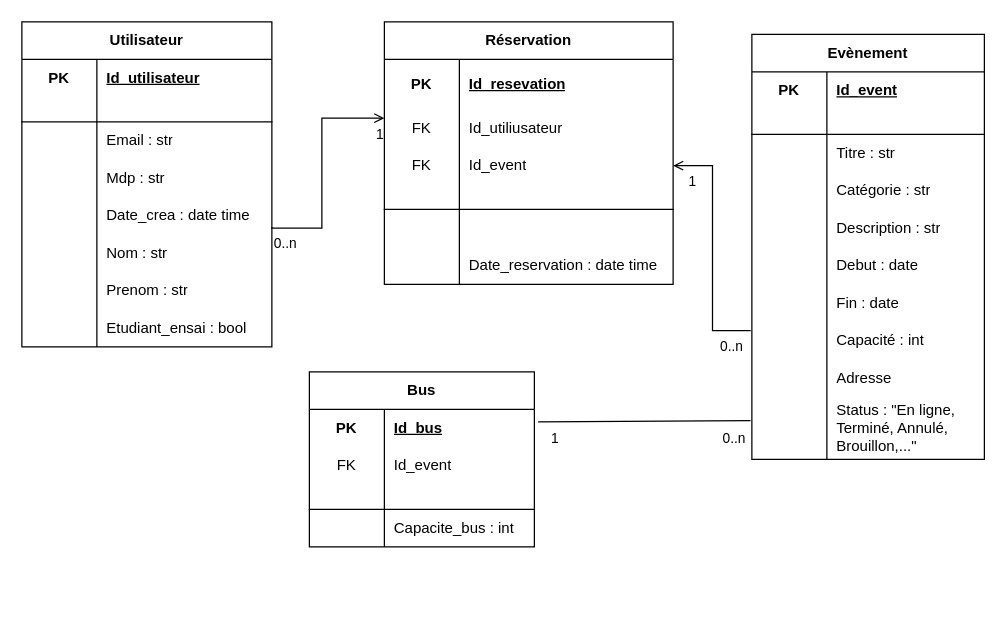
khalidjerrari/ENSAI-Projet-info-2A keeps this draw.io diagram as doc/Diagramme Bdd.drawio. Above is the earlier version. Source tidied: cells renumbered, new cells numbered last; positions are measured from the earlier drawing's top-left corner, leaving out a move shared by most shapes. Both pictures are drawn from the tidied source at 125%, with x=0, y=0 at pixel (21, 21).
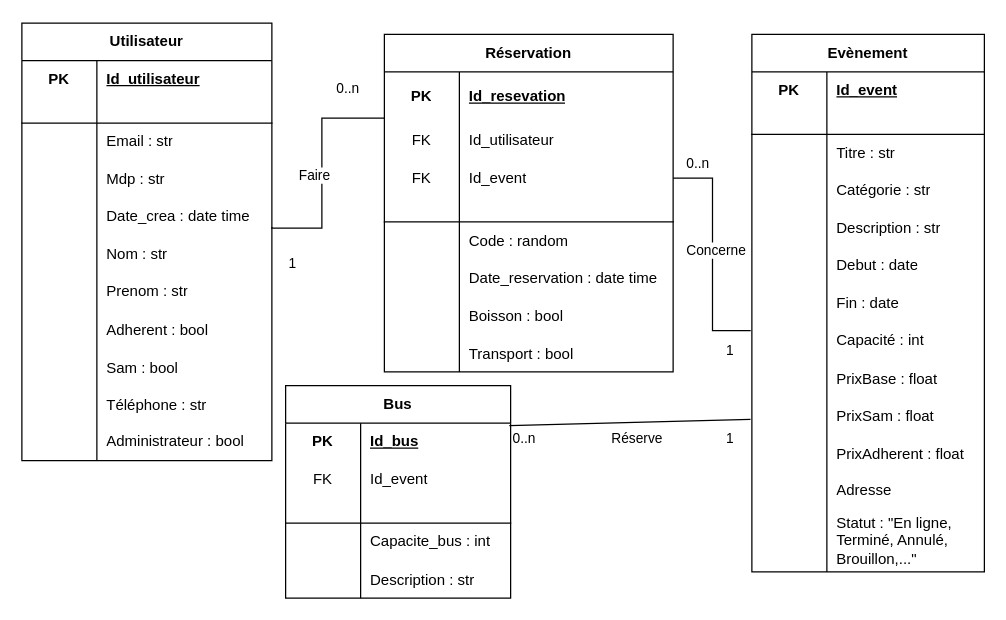
After the change.

Commit message (it also covers changes not shown here):
Mettre à jour Diagramme Bdd.drawio

Unchanged cells that the change refers to:
```xml
<mxCell id="49" style="shape=tableRow;horizontal=0;startSize=0;swimlaneHead=0;swimlaneBody=0;fillColor=none;points=[[0,0.5],[1,0.5]];portConstraint=eastwest;top=0;left=0;right=0;bottom=0;html=1;" parent="27" vertex="1">
  <mxGeometry y="230" width="186" height="30" as="geometry" />
</mxCell>
<mxCell id="81" style="shape=tableRow;horizontal=0;startSize=0;swimlaneHead=0;swimlaneBody=0;fillColor=none;top=0;left=0;right=0;bottom=0;" parent="77" vertex="1">
  <mxGeometry y="70" width="231" height="30" as="geometry" />
</mxCell>
<mxCell id="84" style="shape=tableRow;horizontal=0;startSize=0;swimlaneHead=0;swimlaneBody=0;fillColor=none;points=[[0,0.5],[1,0.5]];portConstraint=eastwest;top=0;left=0;right=0;bottom=0;" parent="77" vertex="1">
  <mxGeometry y="100" width="231" height="30" as="geometry" />
</mxCell>
<mxCell id="90" style="shape=tableRow;horizontal=0;startSize=0;swimlaneHead=0;swimlaneBody=0;fillColor=none;top=0;left=0;right=0;bottom=0;" parent="77" vertex="1">
  <mxGeometry y="150" width="231" height="30" as="geometry" />
</mxCell>
```

The edit, as a diff of the source:
```diff
@@
     <mxCell id="2" value="Utilisateur" style="shape=table;startSize=30;childLayout=tableLayout;rowLines=0;fontStyle=1;align=center;html=1;whiteSpace=wrap;" parent="1" vertex="1">
-      <mxGeometry width="200" height="260" as="geometry" />
+      <mxGeometry y="1" width="200" height="350" as="geometry" />
     </mxCell>
@@
+    <mxCell id="99" style="shape=tableRow;horizontal=0;startSize=0;swimlaneHead=0;swimlaneBody=0;fillColor=none;top=0;left=0;right=0;bottom=0;" parent="2" vertex="1">
+      <mxGeometry y="230" width="200" height="30" as="geometry" />
+    </mxCell>
+    <mxCell id="100" style="shape=partialRectangle;fillColor=none;top=0;left=0;bottom=0;right=0;overflow=hidden;" parent="99" vertex="1">
+      <mxGeometry width="60" height="30" as="geometry" />
+    </mxCell>
+    <mxCell id="101" value="Adherent : bool" style="shape=partialRectangle;fillColor=none;top=0;left=0;bottom=0;right=0;align=left;spacingLeft=6;overflow=hidden;" parent="99" vertex="1">
+      <mxGeometry x="60" width="140" height="30" as="geometry" />
+    </mxCell>
+    <mxCell id="102" style="shape=tableRow;horizontal=0;startSize=0;swimlaneHead=0;swimlaneBody=0;fillColor=none;top=0;left=0;right=0;bottom=0;" parent="2" vertex="1">
+      <mxGeometry y="260" width="200" height="30" as="geometry" />
+    </mxCell>
+    <mxCell id="103" style="shape=partialRectangle;fillColor=none;top=0;left=0;bottom=0;right=0;overflow=hidden;" parent="102" vertex="1">
+      <mxGeometry width="60" height="30" as="geometry" />
+    </mxCell>
+    <mxCell id="104" value="Sam : bool" style="shape=partialRectangle;fillColor=none;top=0;left=0;bottom=0;right=0;align=left;spacingLeft=6;overflow=hidden;" parent="102" vertex="1">
+      <mxGeometry x="60" width="140" height="30" as="geometry" />
+    </mxCell>
+    <mxCell id="105" style="shape=tableRow;horizontal=0;startSize=0;swimlaneHead=0;swimlaneBody=0;fillColor=none;top=0;left=0;right=0;bottom=0;" parent="2" vertex="1">
+      <mxGeometry y="290" width="200" height="30" as="geometry" />
+    </mxCell>
+    <mxCell id="106" style="shape=partialRectangle;fillColor=none;top=0;left=0;bottom=0;right=0;overflow=hidden;" parent="105" vertex="1">
+      <mxGeometry width="60" height="30" as="geometry" />
+    </mxCell>
+    <mxCell id="107" value="Téléphone : str" style="shape=partialRectangle;fillColor=none;top=0;left=0;bottom=0;right=0;align=left;spacingLeft=6;overflow=hidden;" parent="105" vertex="1">
+      <mxGeometry x="60" width="140" height="30" as="geometry" />
+    </mxCell>
     <mxCell id="24" style="shape=tableRow;horizontal=0;startSize=0;swimlaneHead=0;swimlaneBody=0;fillColor=none;top=0;left=0;right=0;bottom=0;html=1;" parent="2" vertex="1">
-      <mxGeometry y="230" width="200" height="30" as="geometry" />
+      <mxGeometry y="320" width="200" height="30" as="geometry" />
     </mxCell>
@@
-    <mxCell id="26" value="Etudiant_ensai : bool" style="shape=partialRectangle;fillColor=none;top=0;left=0;bottom=0;right=0;align=left;spacingLeft=6;overflow=hidden;html=1;whiteSpace=wrap;" parent="24" vertex="1">
+    <mxCell id="26" value="Administrateur : bool" style="shape=partialRectangle;fillColor=none;top=0;left=0;bottom=0;right=0;align=left;spacingLeft=6;overflow=hidden;html=1;whiteSpace=wrap;" parent="24" vertex="1">
       <mxGeometry x="60" width="140" height="30" as="geometry" />
     </mxCell>
     <mxCell id="27" value="Evènement" style="shape=table;startSize=30;childLayout=tableLayout;rowLines=0;fontStyle=1;align=center;html=1;whiteSpace=wrap;" parent="1" vertex="1">
-      <mxGeometry x="584" y="10" width="186" height="340" as="geometry" />
+      <mxGeometry x="584" y="10" width="186" height="430" as="geometry" />
     </mxCell>
@@
+    <mxCell id="108" style="shape=tableRow;horizontal=0;startSize=0;swimlaneHead=0;swimlaneBody=0;fillColor=none;top=0;left=0;right=0;bottom=0;" parent="27" vertex="1">
+      <mxGeometry y="260" width="186" height="30" as="geometry" />
+    </mxCell>
+    <mxCell id="109" style="shape=partialRectangle;fillColor=none;top=0;left=0;bottom=0;right=0;overflow=hidden;" parent="108" vertex="1">
+      <mxGeometry width="60" height="30" as="geometry" />
+    </mxCell>
+    <mxCell id="110" value="PrixBase : float" style="shape=partialRectangle;fillColor=none;top=0;left=0;bottom=0;right=0;align=left;spacingLeft=6;overflow=hidden;" parent="108" vertex="1">
+      <mxGeometry x="60" width="126" height="30" as="geometry" />
+    </mxCell>
+    <mxCell id="111" style="shape=tableRow;horizontal=0;startSize=0;swimlaneHead=0;swimlaneBody=0;fillColor=none;top=0;left=0;right=0;bottom=0;" parent="27" vertex="1">
+      <mxGeometry y="290" width="186" height="30" as="geometry" />
+    </mxCell>
+    <mxCell id="112" style="shape=partialRectangle;fillColor=none;top=0;left=0;bottom=0;right=0;overflow=hidden;" parent="111" vertex="1">
+      <mxGeometry width="60" height="30" as="geometry" />
+    </mxCell>
+    <mxCell id="113" value="PrixSam : float" style="shape=partialRectangle;fillColor=none;top=0;left=0;bottom=0;right=0;align=left;spacingLeft=6;overflow=hidden;" parent="111" vertex="1">
+      <mxGeometry x="60" width="126" height="30" as="geometry" />
+    </mxCell>
+    <mxCell id="114" style="shape=tableRow;horizontal=0;startSize=0;swimlaneHead=0;swimlaneBody=0;fillColor=none;top=0;left=0;right=0;bottom=0;" parent="27" vertex="1">
+      <mxGeometry y="320" width="186" height="30" as="geometry" />
+    </mxCell>
+    <mxCell id="115" style="shape=partialRectangle;fillColor=none;top=0;left=0;bottom=0;right=0;overflow=hidden;" parent="114" vertex="1">
+      <mxGeometry width="60" height="30" as="geometry" />
+    </mxCell>
+    <mxCell id="116" value="PrixAdherent : float" style="shape=partialRectangle;fillColor=none;top=0;left=0;bottom=0;right=0;align=left;spacingLeft=6;overflow=hidden;" parent="114" vertex="1">
+      <mxGeometry x="60" width="126" height="30" as="geometry" />
+    </mxCell>
     <mxCell id="52" style="shape=tableRow;horizontal=0;startSize=0;swimlaneHead=0;swimlaneBody=0;fillColor=none;top=0;left=0;right=0;bottom=0;html=1;" parent="27" vertex="1">
-      <mxGeometry y="260" width="186" height="30" as="geometry" />
+      <mxGeometry y="350" width="186" height="30" as="geometry" />
     </mxCell>
@@
     <mxCell id="55" style="shape=tableRow;horizontal=0;startSize=0;swimlaneHead=0;swimlaneBody=0;fillColor=none;top=0;left=0;right=0;bottom=0;html=1;" parent="27" vertex="1">
-      <mxGeometry y="290" width="186" height="50" as="geometry" />
+      <mxGeometry y="380" width="186" height="50" as="geometry" />
     </mxCell>
@@
-    <mxCell id="57" value="Status : &quot;En ligne, Terminé, Annulé, Brouillon,...&quot;&amp;nbsp;&amp;nbsp;" style="shape=partialRectangle;fillColor=none;top=0;left=0;bottom=0;right=0;align=left;spacingLeft=6;overflow=hidden;html=1;whiteSpace=wrap;" parent="55" vertex="1">
+    <mxCell id="57" value="Statut : &quot;En ligne, Terminé, Annulé, Brouillon,...&quot;&amp;nbsp;&amp;nbsp;" style="shape=partialRectangle;fillColor=none;top=0;left=0;bottom=0;right=0;align=left;spacingLeft=6;overflow=hidden;html=1;whiteSpace=wrap;" parent="55" vertex="1">
       <mxGeometry x="60" width="126" height="50" as="geometry" />
     </mxCell>
-    <mxCell id="58" value="Bus" style="shape=table;startSize=30;childLayout=tableLayout;rowLines=0;fontStyle=1;align=center;html=1;whiteSpace=wrap;" parent="1" vertex="1">
-      <mxGeometry x="230" y="280" width="180" height="140" as="geometry" />
-    </mxCell>
-    <mxCell id="59" style="shape=tableRow;horizontal=0;startSize=0;swimlaneHead=0;swimlaneBody=0;fillColor=none;top=0;left=0;right=0;bottom=0;html=1;" parent="58" vertex="1">
-      <mxGeometry y="30" width="180" height="30" as="geometry" />
-    </mxCell>
-    <mxCell id="60" value="PK" style="shape=partialRectangle;fillColor=none;top=0;left=0;bottom=0;right=0;fontStyle=1;overflow=hidden;html=1;whiteSpace=wrap;" parent="59" vertex="1">
-      <mxGeometry width="60" height="30" as="geometry" />
-    </mxCell>
-    <mxCell id="61" value="Id_bus" style="shape=partialRectangle;fillColor=none;top=0;left=0;bottom=0;right=0;align=left;spacingLeft=6;fontStyle=5;overflow=hidden;html=1;whiteSpace=wrap;" parent="59" vertex="1">
-      <mxGeometry x="60" width="120" height="30" as="geometry" />
-    </mxCell>
-    <mxCell id="62" style="shape=tableRow;horizontal=0;startSize=0;swimlaneHead=0;swimlaneBody=0;fillColor=none;top=0;left=0;right=0;bottom=0;" parent="58" vertex="1">
-      <mxGeometry y="60" width="180" height="30" as="geometry" />
-    </mxCell>
-    <mxCell id="63" value="FK" style="shape=partialRectangle;fillColor=none;top=0;left=0;bottom=0;right=0;fontStyle=0;overflow=hidden;whiteSpace=wrap;html=1;" parent="62" vertex="1">
-      <mxGeometry width="60" height="30" as="geometry" />
-    </mxCell>
-    <mxCell id="64" value="Id_event" style="shape=partialRectangle;fillColor=none;top=0;left=0;bottom=0;right=0;align=left;spacingLeft=6;fontStyle=0;overflow=hidden;whiteSpace=wrap;html=1;" parent="62" vertex="1">
-      <mxGeometry x="60" width="120" height="30" as="geometry" />
-    </mxCell>
-    <mxCell id="65" style="shape=tableRow;horizontal=0;startSize=0;swimlaneHead=0;swimlaneBody=0;fillColor=none;top=0;left=0;right=0;bottom=1;html=1;" parent="58" vertex="1">
-      <mxGeometry y="90" width="180" height="20" as="geometry" />
-    </mxCell>
-    <mxCell id="66" style="shape=partialRectangle;fillColor=none;top=0;left=0;bottom=0;right=0;fontStyle=1;overflow=hidden;html=1;whiteSpace=wrap;" parent="65" vertex="1">
-      <mxGeometry width="60" height="20" as="geometry" />
-    </mxCell>
-    <mxCell id="67" style="shape=partialRectangle;fillColor=none;top=0;left=0;bottom=0;right=0;align=left;spacingLeft=6;fontStyle=5;overflow=hidden;html=1;whiteSpace=wrap;" parent="65" vertex="1">
-      <mxGeometry x="60" width="120" height="20" as="geometry" />
-    </mxCell>
-    <mxCell id="68" style="shape=tableRow;horizontal=0;startSize=0;swimlaneHead=0;swimlaneBody=0;fillColor=none;top=0;left=0;right=0;bottom=0;html=1;" parent="58" vertex="1">
-      <mxGeometry y="110" width="180" height="30" as="geometry" />
-    </mxCell>
-    <mxCell id="69" style="shape=partialRectangle;fillColor=none;top=0;left=0;bottom=0;right=0;overflow=hidden;html=1;whiteSpace=wrap;" parent="68" vertex="1">
-      <mxGeometry width="60" height="30" as="geometry" />
-    </mxCell>
-    <mxCell id="70" value="Capacite_bus : int" style="shape=partialRectangle;fillColor=none;top=0;left=0;bottom=0;right=0;align=left;spacingLeft=6;overflow=hidden;html=1;whiteSpace=wrap;" parent="68" vertex="1">
-      <mxGeometry x="60" width="120" height="30" as="geometry" />
-    </mxCell>
-    <mxCell id="71" style="endArrow=open;html=1;startArrow=none;startFill=0;edgeStyle=orthogonalEdgeStyle;rounded=0;shape=wire;dashed=1;" parent="1" edge="1">
+    <mxCell id="71" style="endArrow=none;html=1;startArrow=none;startFill=0;edgeStyle=orthogonalEdgeStyle;rounded=0;shape=wire;dashed=1;endFill=0;" parent="1" edge="1">
       <mxGeometry relative="1" as="geometry">
         <mxPoint x="200" y="164" as="sourcePoint" />
         <mxPoint x="290" y="77" as="targetPoint" />
         <Array as="points">
           <mxPoint x="200" y="165" />
           <mxPoint x="240" y="165" />
           <mxPoint x="240" y="77" />
         </Array>
       </mxGeometry>
     </mxCell>
     <mxCell id="72" value="0..n" style="edgeLabel;html=1;align=left;verticalAlign=top;" parent="71" vertex="1">
-      <mxGeometry x="-1" relative="1" as="geometry" />
+      <mxGeometry x="-1" relative="1" as="geometry">
+        <mxPoint x="50" y="-124" as="offset" />
+      </mxGeometry>
     </mxCell>
     <mxCell id="73" value="1" style="edgeLabel;html=1;align=right;verticalAlign=top;" parent="71" vertex="1">
-      <mxGeometry x="1" relative="1" as="geometry" />
+      <mxGeometry x="1" relative="1" as="geometry">
+        <mxPoint x="-70" y="103" as="offset" />
+      </mxGeometry>
     </mxCell>
-    <mxCell id="74" style="endArrow=open;html=1;startArrow=none;startFill=0;edgeStyle=orthogonalEdgeStyle;rounded=0;exitX=-0.005;exitY=0.233;exitDx=0;exitDy=0;exitPerimeter=0;entryX=1;entryY=0.5;entryDx=0;entryDy=0;" parent="1" edge="1" source="49" target="84">
+    <mxCell id="74" style="endArrow=none;html=1;startArrow=none;startFill=0;edgeStyle=orthogonalEdgeStyle;rounded=0;exitX=-0.005;exitY=0.233;exitDx=0;exitDy=0;exitPerimeter=0;entryX=1;entryY=0.5;entryDx=0;entryDy=0;endFill=0;" parent="1" edge="1" source="49" target="84">
       <mxGeometry relative="1" as="geometry" />
     </mxCell>
     <mxCell id="75" value="0..n" style="edgeLabel;html=1;align=left;verticalAlign=top;" parent="74" vertex="1">
       <mxGeometry x="-1" relative="1" as="geometry">
-        <mxPoint x="-26" as="offset" />
+        <mxPoint x="-53" y="-147" as="offset" />
       </mxGeometry>
     </mxCell>
     <mxCell id="76" value="1" style="edgeLabel;html=1;align=right;verticalAlign=top;" parent="74" vertex="1">
       <mxGeometry x="1" relative="1" as="geometry">
-        <mxPoint x="19" as="offset" />
+        <mxPoint x="49" y="125" as="offset" />
       </mxGeometry>
     </mxCell>
     <mxCell id="77" value="Réservation" style="shape=table;startSize=30;childLayout=tableLayout;rowLines=0;fontStyle=1;align=center;html=1;whiteSpace=wrap;" parent="1" vertex="1">
-      <mxGeometry x="290" width="231" height="210" as="geometry" />
+      <mxGeometry x="290" y="10" width="231" height="270" as="geometry" />
     </mxCell>
@@
-    <mxCell id="83" value="Id_utiliusateur" style="shape=partialRectangle;fillColor=none;top=0;left=0;bottom=0;right=0;align=left;spacingLeft=6;fontStyle=0;overflow=hidden;whiteSpace=wrap;html=1;" parent="81" vertex="1">
+    <mxCell id="83" value="Id_utilisateur" style="shape=partialRectangle;fillColor=none;top=0;left=0;bottom=0;right=0;align=left;spacingLeft=6;fontStyle=0;overflow=hidden;whiteSpace=wrap;html=1;" parent="81" vertex="1">
       <mxGeometry x="60" width="171" height="30" as="geometry" />
     </mxCell>
@@
-    <mxCell id="91" style="shape=partialRectangle;fillColor=none;top=0;left=0;bottom=0;right=0;fontStyle=0;overflow=hidden;whiteSpace=wrap;html=1;" parent="90" vertex="1">
-      <mxGeometry width="60" height="30" as="geometry" />
-    </mxCell>
-    <mxCell id="92" style="shape=partialRectangle;fillColor=none;top=0;left=0;bottom=0;right=0;align=left;spacingLeft=6;fontStyle=0;overflow=hidden;whiteSpace=wrap;html=1;" parent="90" vertex="1">
-      <mxGeometry x="60" width="171" height="30" as="geometry" />
-    </mxCell>
+    <mxCell id="117" style="shape=partialRectangle;fillColor=none;top=0;left=0;bottom=0;right=0;overflow=hidden;" parent="90" vertex="1">
+      <mxGeometry width="60" height="30" as="geometry" />
+    </mxCell>
+    <mxCell id="118" value="Code : random" style="shape=partialRectangle;fillColor=none;top=0;left=0;bottom=0;right=0;align=left;spacingLeft=6;overflow=hidden;" parent="90" vertex="1">
+      <mxGeometry x="60" width="171" height="30" as="geometry" />
+    </mxCell>
@@
+    <mxCell id="119" style="shape=tableRow;horizontal=0;startSize=0;swimlaneHead=0;swimlaneBody=0;fillColor=none;top=0;left=0;right=0;bottom=0;" parent="77" vertex="1">
+      <mxGeometry y="210" width="231" height="30" as="geometry" />
+    </mxCell>
+    <mxCell id="120" style="shape=partialRectangle;fillColor=none;top=0;left=0;bottom=0;right=0;overflow=hidden;" parent="119" vertex="1">
+      <mxGeometry width="60" height="30" as="geometry" />
+    </mxCell>
+    <mxCell id="121" value="Boisson : bool" style="shape=partialRectangle;fillColor=none;top=0;left=0;bottom=0;right=0;align=left;spacingLeft=6;overflow=hidden;" parent="119" vertex="1">
+      <mxGeometry x="60" width="171" height="30" as="geometry" />
+    </mxCell>
+    <mxCell id="122" style="shape=tableRow;horizontal=0;startSize=0;swimlaneHead=0;swimlaneBody=0;fillColor=none;top=0;left=0;right=0;bottom=0;" parent="77" vertex="1">
+      <mxGeometry y="240" width="231" height="30" as="geometry" />
+    </mxCell>
+    <mxCell id="123" style="shape=partialRectangle;fillColor=none;top=0;left=0;bottom=0;right=0;overflow=hidden;" parent="122" vertex="1">
+      <mxGeometry width="60" height="30" as="geometry" />
+    </mxCell>
+    <mxCell id="124" value="Transport : bool" style="shape=partialRectangle;fillColor=none;top=0;left=0;bottom=0;right=0;align=left;spacingLeft=6;overflow=hidden;" parent="122" vertex="1">
+      <mxGeometry x="60" width="171" height="30" as="geometry" />
+    </mxCell>
-    <mxCell id="96" style="endArrow=none;html=1;rounded=0;entryX=-0.022;entryY=0.38;entryDx=0;entryDy=0;entryPerimeter=0;" parent="1" edge="1">
+    <mxCell id="96" style="endArrow=none;html=1;rounded=0;entryX=-0.022;entryY=0.38;entryDx=0;entryDy=0;entryPerimeter=0;exitX=0.994;exitY=0.188;exitDx=0;exitDy=0;exitPerimeter=0;" parent="1" edge="1" source="58">
       <mxGeometry relative="1" as="geometry">
-        <mxPoint x="413" y="320" as="sourcePoint" />
-        <mxPoint x="582.9" y="319" as="targetPoint" />
+        <mxPoint x="582.9" y="318" as="targetPoint" />
       </mxGeometry>
     </mxCell>
     <mxCell id="97" value="1" style="edgeLabel;html=1;align=right;verticalAlign=top;" parent="1" vertex="1">
-      <mxGeometry x="430" y="320" as="geometry" />
+      <mxGeometry x="570" y="320" as="geometry" />
     </mxCell>
     <mxCell id="98" value="0..n" style="edgeLabel;html=1;align=left;verticalAlign=top;" parent="1" vertex="1">
-      <mxGeometry x="559" y="320" as="geometry" />
+      <mxGeometry x="391" y="320" as="geometry" />
     </mxCell>
+    <mxCell id="58" value="Bus" style="shape=table;startSize=30;childLayout=tableLayout;rowLines=0;fontStyle=1;align=center;html=1;whiteSpace=wrap;" parent="1" vertex="1">
+      <mxGeometry x="211" y="291" width="180" height="170" as="geometry" />
+    </mxCell>
+    <mxCell id="59" style="shape=tableRow;horizontal=0;startSize=0;swimlaneHead=0;swimlaneBody=0;fillColor=none;top=0;left=0;right=0;bottom=0;html=1;" parent="58" vertex="1">
+      <mxGeometry y="30" width="180" height="30" as="geometry" />
+    </mxCell>
+    <mxCell id="60" value="PK" style="shape=partialRectangle;fillColor=none;top=0;left=0;bottom=0;right=0;fontStyle=1;overflow=hidden;html=1;whiteSpace=wrap;" parent="59" vertex="1">
+      <mxGeometry width="60" height="30" as="geometry" />
+    </mxCell>
+    <mxCell id="61" value="Id_bus" style="shape=partialRectangle;fillColor=none;top=0;left=0;bottom=0;right=0;align=left;spacingLeft=6;fontStyle=5;overflow=hidden;html=1;whiteSpace=wrap;" parent="59" vertex="1">
+      <mxGeometry x="60" width="120" height="30" as="geometry" />
+    </mxCell>
+    <mxCell id="62" style="shape=tableRow;horizontal=0;startSize=0;swimlaneHead=0;swimlaneBody=0;fillColor=none;top=0;left=0;right=0;bottom=0;" parent="58" vertex="1">
+      <mxGeometry y="60" width="180" height="30" as="geometry" />
+    </mxCell>
+    <mxCell id="63" value="FK" style="shape=partialRectangle;fillColor=none;top=0;left=0;bottom=0;right=0;fontStyle=0;overflow=hidden;whiteSpace=wrap;html=1;" parent="62" vertex="1">
+      <mxGeometry width="60" height="30" as="geometry" />
+    </mxCell>
+    <mxCell id="64" value="Id_event" style="shape=partialRectangle;fillColor=none;top=0;left=0;bottom=0;right=0;align=left;spacingLeft=6;fontStyle=0;overflow=hidden;whiteSpace=wrap;html=1;" parent="62" vertex="1">
+      <mxGeometry x="60" width="120" height="30" as="geometry" />
+    </mxCell>
+    <mxCell id="65" style="shape=tableRow;horizontal=0;startSize=0;swimlaneHead=0;swimlaneBody=0;fillColor=none;top=0;left=0;right=0;bottom=1;html=1;" parent="58" vertex="1">
+      <mxGeometry y="90" width="180" height="20" as="geometry" />
+    </mxCell>
+    <mxCell id="66" style="shape=partialRectangle;fillColor=none;top=0;left=0;bottom=0;right=0;fontStyle=1;overflow=hidden;html=1;whiteSpace=wrap;" parent="65" vertex="1">
+      <mxGeometry width="60" height="20" as="geometry" />
+    </mxCell>
+    <mxCell id="67" style="shape=partialRectangle;fillColor=none;top=0;left=0;bottom=0;right=0;align=left;spacingLeft=6;fontStyle=5;overflow=hidden;html=1;whiteSpace=wrap;" parent="65" vertex="1">
+      <mxGeometry x="60" width="120" height="20" as="geometry" />
+    </mxCell>
+    <mxCell id="68" style="shape=tableRow;horizontal=0;startSize=0;swimlaneHead=0;swimlaneBody=0;fillColor=none;top=0;left=0;right=0;bottom=0;html=1;" parent="58" vertex="1">
+      <mxGeometry y="110" width="180" height="30" as="geometry" />
+    </mxCell>
+    <mxCell id="69" style="shape=partialRectangle;fillColor=none;top=0;left=0;bottom=0;right=0;overflow=hidden;html=1;whiteSpace=wrap;" parent="68" vertex="1">
+      <mxGeometry width="60" height="30" as="geometry" />
+    </mxCell>
+    <mxCell id="70" value="Capacite_bus : int" style="shape=partialRectangle;fillColor=none;top=0;left=0;bottom=0;right=0;align=left;spacingLeft=6;overflow=hidden;html=1;whiteSpace=wrap;" parent="68" vertex="1">
+      <mxGeometry x="60" width="120" height="30" as="geometry" />
+    </mxCell>
+    <mxCell id="125" style="shape=tableRow;horizontal=0;startSize=0;swimlaneHead=0;swimlaneBody=0;fillColor=none;top=0;left=0;right=0;bottom=0;" parent="58" vertex="1">
+      <mxGeometry y="140" width="180" height="30" as="geometry" />
+    </mxCell>
+    <mxCell id="126" style="shape=partialRectangle;fillColor=none;top=0;left=0;bottom=0;right=0;overflow=hidden;" parent="125" vertex="1">
+      <mxGeometry width="60" height="30" as="geometry" />
+    </mxCell>
+    <mxCell id="127" value="Description : str" style="shape=partialRectangle;fillColor=none;top=0;left=0;bottom=0;right=0;align=left;spacingLeft=6;overflow=hidden;" parent="125" vertex="1">
+      <mxGeometry x="60" width="120" height="30" as="geometry" />
+    </mxCell>
+    <mxCell id="128" value="Faire" style="edgeLabel;html=1;align=left;verticalAlign=top;" parent="1" vertex="1">
+      <mxGeometry x="220" y="110" as="geometry" />
+    </mxCell>
+    <mxCell id="129" value="Concerne" style="edgeLabel;html=1;align=left;verticalAlign=top;" parent="1" vertex="1">
+      <mxGeometry x="530" y="170" as="geometry" />
+    </mxCell>
+    <mxCell id="130" value="Réserve" style="edgeLabel;html=1;align=left;verticalAlign=top;" parent="1" vertex="1">
+      <mxGeometry x="470" y="320" as="geometry" />
+    </mxCell>
```
